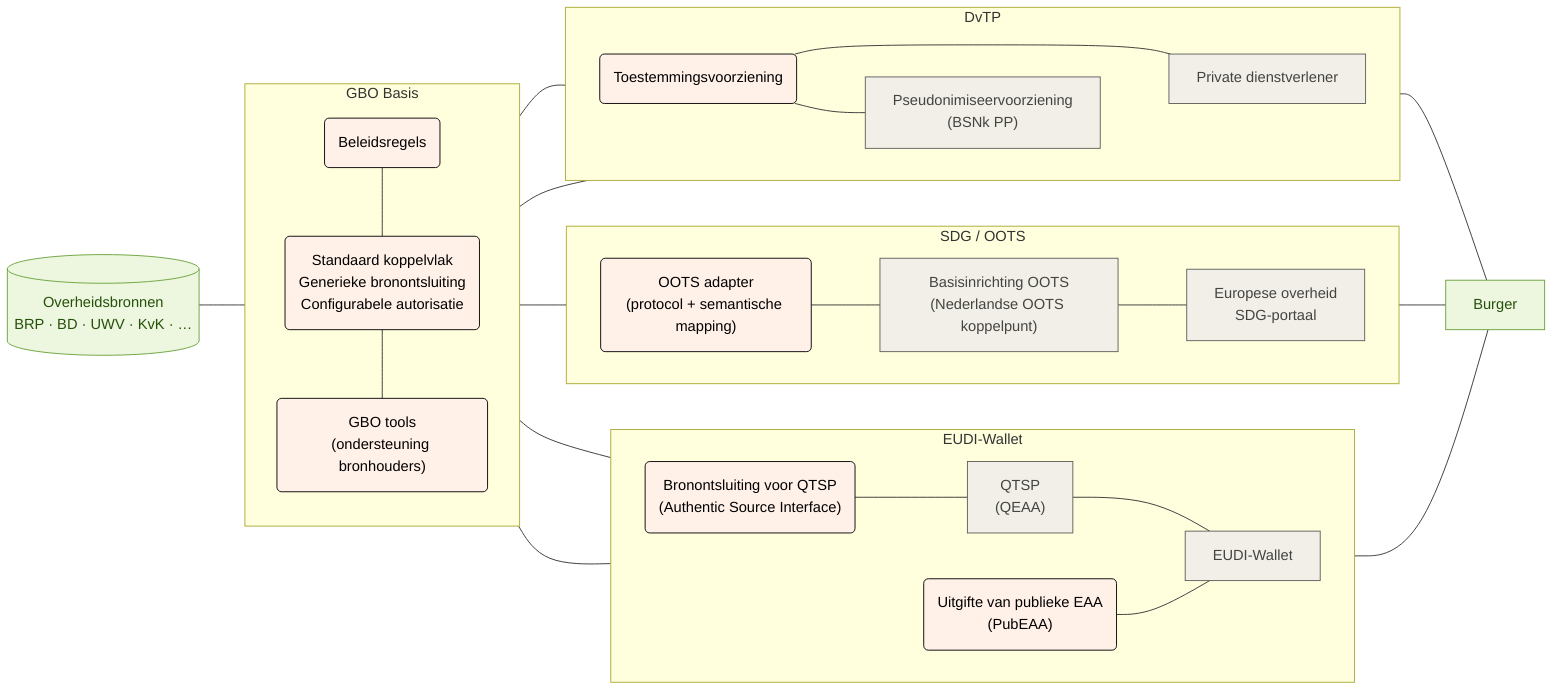
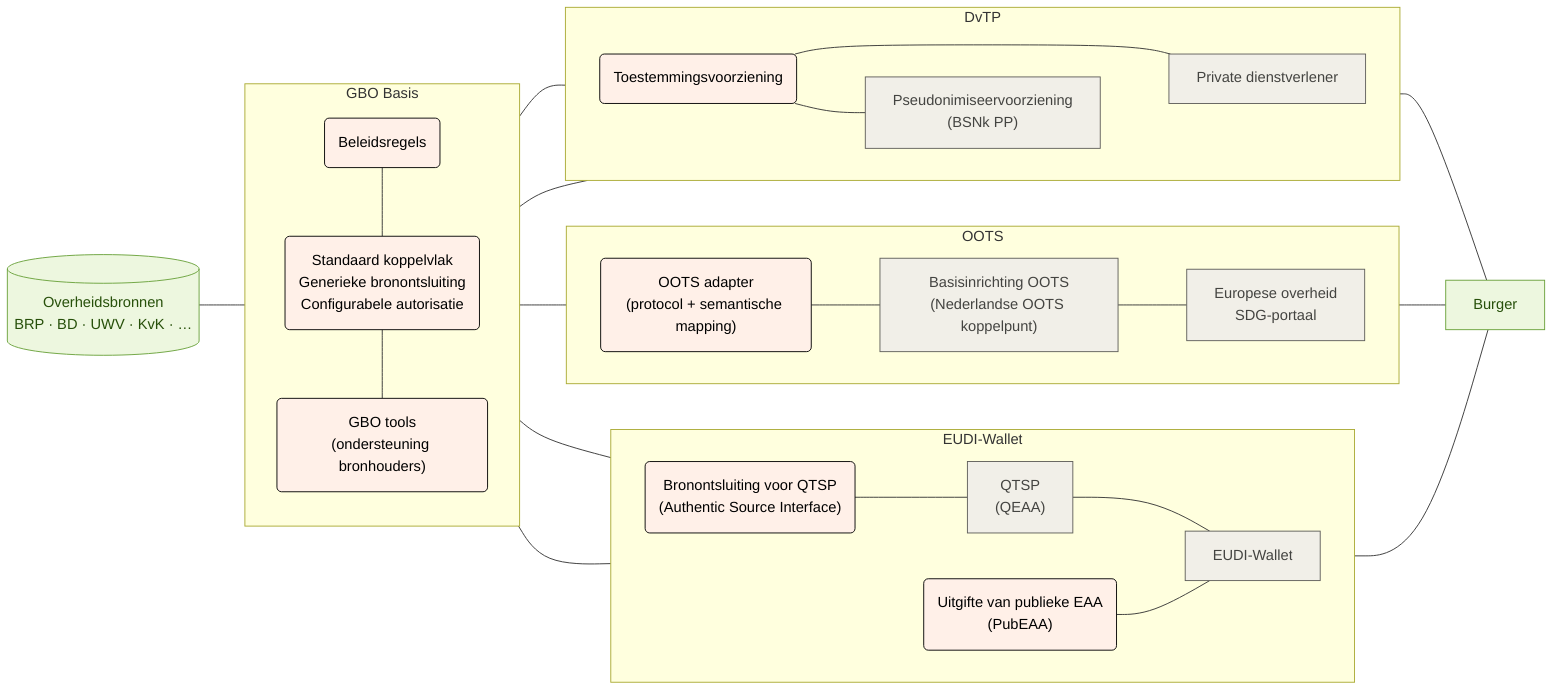
flowchart LR
  subgraph gbo["GBO Basis"]
    direction TB
        fsc_pap("Beleidsregels")
        fsc("Standaard koppelvlak<br/>Generieke bronontsluiting<br/>Configurabele autorisatie")
        fsc_tools("GBO tools<br/>(ondersteuning bronhouders)")
  end
  subgraph eudi["EUDI-Wallet"]
    direction LR
        eudi_asi("Bronontsluiting voor QTSP<br/>(Authentic Source Interface)")
        eudi_pubeaa("Uitgifte van publieke EAA<br/>(PubEAA)")
        eudi_qeaa["QTSP<br/>(QEAA)"]
        eudi_wallet["EUDI-Wallet"]
  end
-   subgraph oots["SDG / OOTS"]
+   subgraph oots["OOTS"]
    direction LR
        oots_adapter("OOTS adapter<br/>(protocol + semantische mapping)")
        oots_basis["Basisinrichting OOTS<br/>(Nederlandse OOTS koppelpunt)"]
        oots_afnemer["Europese overheid<br/>SDG-portaal"]
  end
  subgraph dvtp["DvTP"]
    direction LR
        dvtp_toestemming("Toestemmingsvoorziening")
        dvtp_pseudoniem["Pseudonimiseervoorziening<br/>(BSNk PP)"]
        dvtp_afnemer["Private dienstverlener"]
  end

  fsc_pap --- fsc
  fsc --- fsc_tools
  bron[("Overheidsbronnen<br/>BRP · BD · UWV · KvK · …")] --- gbo
  eudi_asi --- eudi_qeaa
  eudi_qeaa --- eudi_wallet
  gbo --- eudi_asi & eudi_pubeaa & oots_adapter & dvtp_afnemer
  eudi_pubeaa --- eudi_wallet
  oots_adapter --- oots_basis
  oots_basis --- oots_afnemer
  gbo --- dvtp_toestemming
  dvtp_toestemming --- dvtp_afnemer
  dvtp_toestemming --- dvtp_pseudoniem
  dvtp_pseudoniem ~~~ dvtp_afnemer
  eudi_wallet --- burger["Burger"]
  oots_afnemer --- burger
  dvtp_afnemer --- burger

  fsc_pap:::gbo
  fsc:::gbo
  fsc_tools:::gbo
  eudi_asi:::gbo
  eudi_pubeaa:::gbo
  eudi_qeaa:::eudi
  eudi_wallet:::eudi
  oots_adapter:::gbo
  oots_basis:::oots
  oots_afnemer:::oots
  dvtp_toestemming:::gbo
  dvtp_pseudoniem:::dvtp
  dvtp_afnemer:::dvtp
  bron:::bron
  burger:::burger

  classDef bron fill:#edf7df,stroke:#6aa13a,color:#27500a
  classDef generiek fill:#f1efe8,stroke:#5f5e5a,color:#444441
  classDef eudi fill:#f1efe8,stroke:#5f5e5a,color:#444441
  classDef oots fill:#f1efe8,stroke:#5f5e5a,color:#444441
  classDef dvtp fill:#f1efe8,stroke:#5f5e5a,color:#444441
  classDef gbo fill:#fff0e8,stroke:#000000,color:#000000
  classDef burger fill:#edf7df,stroke:#6aa13a,color:#27500a
